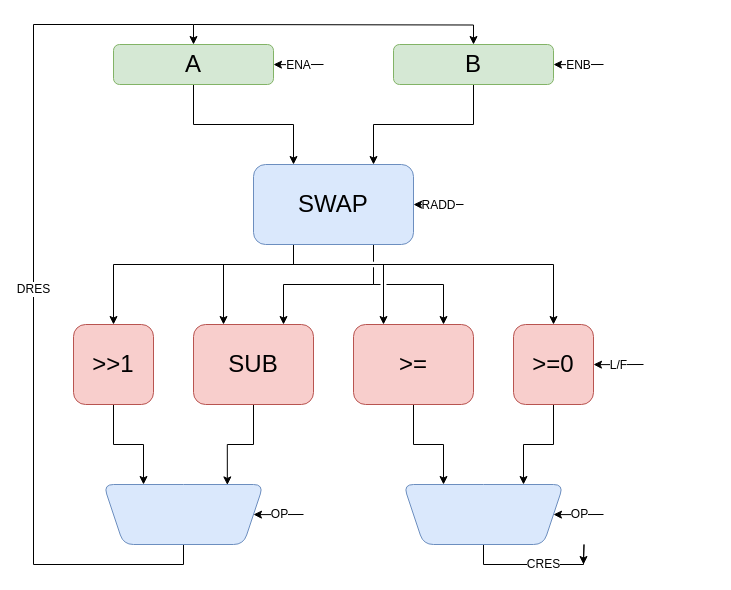
HummusPrince/PseudoCPU keeps this draw.io diagram as page "Datapath" (1 of 2) of doc/pseudocpu.drawio. Above is the earlier version. Source tidied: cells renumbered, new cells numbered last; positions are measured from the earlier drawing's top-left corner, leaving out a move shared by most shapes. Both pictures are drawn from the tidied source at 100%, with x=0, y=0 at pixel (33, 24).
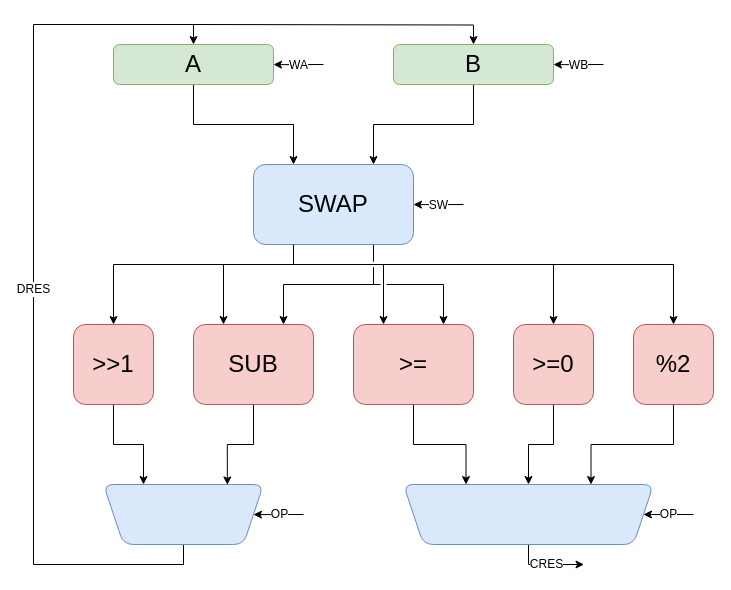
The same diagram, later.

Unchanged cells that the change refers to:
```xml
<mxCell id="3" value="&lt;div style=&quot;font-size: 24px&quot;&gt;&lt;p style=&quot;font-size: 24px;&quot;&gt;&lt;font style=&quot;font-size: 24px;&quot; face=&quot;Helvetica&quot;&gt;A&lt;/font&gt;&lt;/p&gt;&lt;/div&gt;" style="rounded=1;whiteSpace=wrap;html=1;fillColor=#d5e8d4;strokeColor=#82b366;fontSize=24;" parent="1" vertex="1">
  <mxGeometry x="80" y="20" width="160" height="40" as="geometry" />
</mxCell>
<mxCell id="5" value="&lt;div style=&quot;font-size: 24px&quot;&gt;&lt;p style=&quot;font-size: 24px;&quot;&gt;B&lt;br style=&quot;font-size: 24px;&quot;&gt;&lt;/p&gt;&lt;/div&gt;" style="rounded=1;whiteSpace=wrap;html=1;fillColor=#d5e8d4;strokeColor=#82b366;fontSize=24;fontFamily=Helvetica;" parent="1" vertex="1">
  <mxGeometry x="360" y="20" width="160" height="40" as="geometry" />
</mxCell>
<mxCell id="12" value="SWAP" style="rounded=1;whiteSpace=wrap;html=1;fontFamily=Helvetica;fontSize=24;fillColor=#dae8fc;strokeColor=#6c8ebf;" parent="1" vertex="1">
  <mxGeometry x="220" y="140" width="160" height="80" as="geometry" />
</mxCell>
<mxCell id="20" value="&amp;gt;=0" style="rounded=1;whiteSpace=wrap;html=1;fontFamily=Helvetica;fontSize=24;fillColor=#f8cecc;strokeColor=#b85450;" parent="1" vertex="1">
  <mxGeometry x="480" y="300" width="80" height="80" as="geometry" />
</mxCell>
```

Change to the diagram source:
```diff
@@
-    <mxCell id="19" style="edgeStyle=orthogonalEdgeStyle;rounded=0;jumpStyle=gap;jettySize=auto;html=1;exitX=0.5;exitY=1;exitDx=0;exitDy=0;entryX=0.25;entryY=1;entryDx=0;entryDy=0;fontFamily=Helvetica;fontSize=24;" parent="1" edge="1" source="20" target="24">
+    <mxCell id="19" style="edgeStyle=orthogonalEdgeStyle;rounded=0;jumpStyle=gap;jettySize=auto;html=1;exitX=0.5;exitY=1;exitDx=0;exitDy=0;fontFamily=Helvetica;fontSize=24;entryX=0.5;entryY=1;entryDx=0;entryDy=0;" parent="1" edge="1" source="20" target="24">
       <mxGeometry relative="1" as="geometry" />
     </mxCell>
@@
     <mxCell id="24" style="shape=trapezoid;perimeter=trapezoidPerimeter;whiteSpace=wrap;html=1;fixedSize=1;fontFamily=Helvetica;fontSize=24;fillColor=#dae8fc;strokeColor=#6c8ebf;rounded=1;rotation=-180;" parent="1" vertex="1">
-      <mxGeometry x="370" y="460" width="160" height="60" as="geometry" />
+      <mxGeometry x="370" y="460" width="250" height="60" as="geometry" />
     </mxCell>
@@
-    <mxCell id="26" value="ENA" style="endArrow=classic;html=1;rounded=0;fontFamily=Helvetica;fontSize=12;jumpStyle=gap;entryX=1;entryY=0.5;entryDx=0;entryDy=0;edgeStyle=orthogonalEdgeStyle;" parent="1" edge="1" target="3">
+    <mxCell id="26" value="WA" style="endArrow=classic;html=1;rounded=0;fontFamily=Helvetica;fontSize=12;jumpStyle=gap;entryX=1;entryY=0.5;entryDx=0;entryDy=0;edgeStyle=orthogonalEdgeStyle;" parent="1" edge="1" target="3">
       <mxGeometry relative="1" as="geometry">
         <mxPoint x="290" y="40" as="sourcePoint" />
       </mxGeometry>
     </mxCell>
-    <mxCell id="27" value="ENB" style="endArrow=classic;html=1;rounded=0;fontFamily=Helvetica;fontSize=12;jumpStyle=gap;entryX=1;entryY=0.5;entryDx=0;entryDy=0;edgeStyle=orthogonalEdgeStyle;" parent="1" edge="1" target="5">
+    <mxCell id="27" value="WB" style="endArrow=classic;html=1;rounded=0;fontFamily=Helvetica;fontSize=12;jumpStyle=gap;entryX=1;entryY=0.5;entryDx=0;entryDy=0;edgeStyle=orthogonalEdgeStyle;" parent="1" edge="1" target="5">
       <mxGeometry relative="1" as="geometry">
         <mxPoint x="570" y="40" as="sourcePoint" />
       </mxGeometry>
     </mxCell>
-    <mxCell id="28" value="RADD" style="endArrow=classic;html=1;rounded=0;fontFamily=Helvetica;fontSize=12;jumpStyle=gap;edgeStyle=orthogonalEdgeStyle;entryX=1;entryY=0.5;entryDx=0;entryDy=0;" parent="1" edge="1" target="12">
+    <mxCell id="28" value="SW" style="endArrow=classic;html=1;rounded=0;fontFamily=Helvetica;fontSize=12;jumpStyle=gap;edgeStyle=orthogonalEdgeStyle;entryX=1;entryY=0.5;entryDx=0;entryDy=0;" parent="1" edge="1" target="12">
       <mxGeometry relative="1" as="geometry">
         <mxPoint x="430" y="180" as="sourcePoint" />
       </mxGeometry>
     </mxCell>
@@
     <mxCell id="30" value="OP" style="endArrow=classic;html=1;rounded=0;fontFamily=Helvetica;fontSize=12;jumpStyle=gap;edgeStyle=orthogonalEdgeStyle;entryX=0;entryY=0.5;entryDx=0;entryDy=0;" parent="1" edge="1" target="24">
       <mxGeometry relative="1" as="geometry">
-        <mxPoint x="570" y="490" as="sourcePoint" />
+        <mxPoint x="660" y="490" as="sourcePoint" />
+        <Array as="points">
+          <mxPoint x="640" y="490" />
+          <mxPoint x="640" y="490" />
+        </Array>
       </mxGeometry>
     </mxCell>
-    <mxCell id="31" value="L/F" style="endArrow=classic;html=1;rounded=0;fontFamily=Helvetica;fontSize=12;jumpStyle=gap;entryX=1;entryY=0.5;entryDx=0;entryDy=0;edgeStyle=orthogonalEdgeStyle;" parent="1" edge="1" target="20">
-      <mxGeometry relative="1" as="geometry">
-        <mxPoint x="610" y="340" as="sourcePoint" />
-      </mxGeometry>
-    </mxCell>
+    <mxCell id="32" style="edgeStyle=orthogonalEdgeStyle;rounded=0;jettySize=auto;html=1;exitX=0.5;exitY=1;exitDx=0;exitDy=0;entryX=0.25;entryY=1;entryDx=0;entryDy=0;" parent="1" edge="1" source="33" target="24">
+      <mxGeometry relative="1" as="geometry" />
+    </mxCell>
+    <mxCell id="33" value="%2" style="rounded=1;whiteSpace=wrap;html=1;fontFamily=Helvetica;fontSize=24;fillColor=#f8cecc;strokeColor=#b85450;" parent="1" vertex="1">
+      <mxGeometry x="600" y="300" width="80" height="80" as="geometry" />
+    </mxCell>
+    <mxCell id="34" style="edgeStyle=orthogonalEdgeStyle;rounded=0;jettySize=auto;html=1;exitX=0.25;exitY=1;exitDx=0;exitDy=0;fontFamily=Helvetica;fontSize=24;jumpStyle=gap;entryX=0.5;entryY=0;entryDx=0;entryDy=0;" parent="1" edge="1" source="12" target="33">
+      <mxGeometry relative="1" as="geometry">
+        <Array as="points">
+          <mxPoint x="260" y="240" />
+          <mxPoint x="640" y="240" />
+        </Array>
+      </mxGeometry>
+    </mxCell>
```
